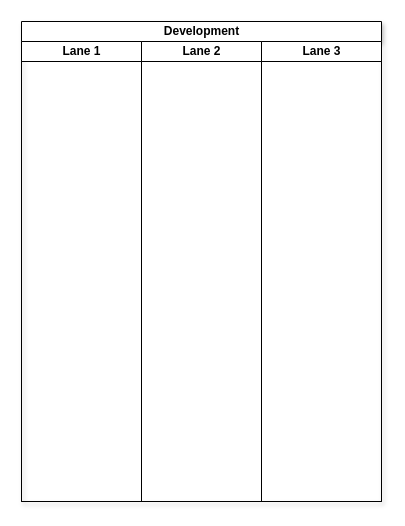
Before: page "Development" (6 of 10) of BPMN_Pre-game.drawio in JavierCabreraDev/Metodologia_Practica, a draw.io diagram. Source tidied: cells renumbered, new cells numbered last; positions are measured from the earlier drawing's top-left corner, leaving out a move shared by most shapes. Both pictures are drawn from the tidied source at 100%, with x=0, y=0 at pixel (21, 21).
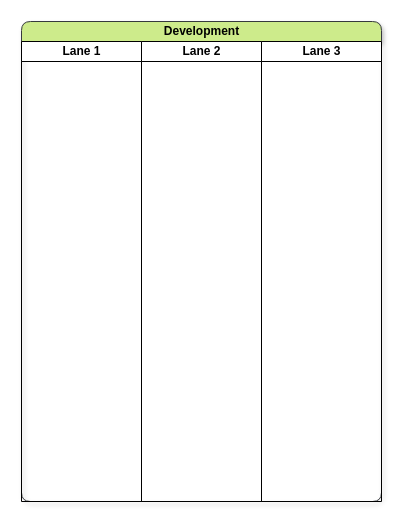
Above is the later version.

Change to the diagram source:
```diff
@@
 <mxGraphModel>
   <root>
     <mxCell id="0" />
     <mxCell id="1" parent="0" />
-    <mxCell id="2" value="Development" style="swimlane;html=1;startSize=20;rounded=0;shadow=1;glass=0;gradientColor=none;" parent="1" vertex="1">
+    <mxCell id="2" value="Development" style="swimlane;html=1;startSize=20;rounded=1;shadow=1;glass=0;fillColor=#cdeb8b;strokeColor=#36393d;" parent="1" vertex="1">
       <mxGeometry width="360" height="480" as="geometry" />
     </mxCell>
     <mxCell id="3" value="Lane 1" style="swimlane;html=1;startSize=20;" parent="2" vertex="1">
       <mxGeometry y="20" width="120" height="460" as="geometry" />
     </mxCell>
     <mxCell id="4" value="Lane 2" style="swimlane;html=1;startSize=20;" parent="2" vertex="1">
       <mxGeometry x="120" y="20" width="120" height="460" as="geometry" />
     </mxCell>
     <mxCell id="5" value="Lane 3" style="swimlane;html=1;startSize=20;" parent="2" vertex="1">
       <mxGeometry x="240" y="20" width="120" height="460" as="geometry" />
     </mxCell>
   </root>
 </mxGraphModel>
```
